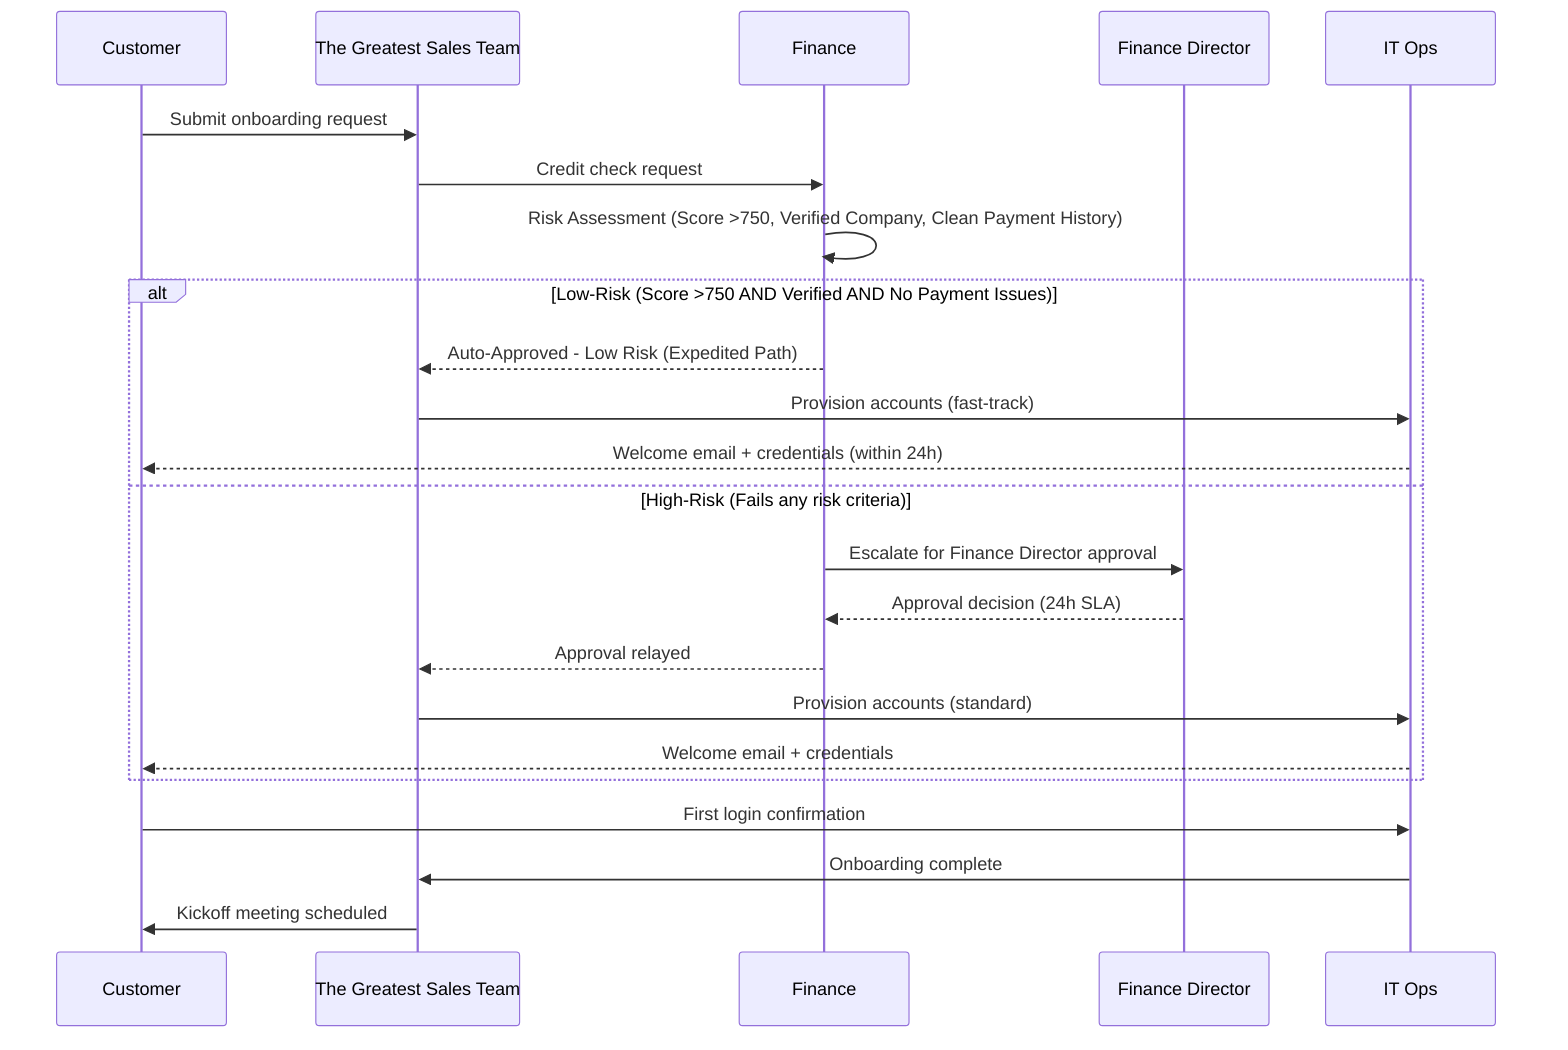
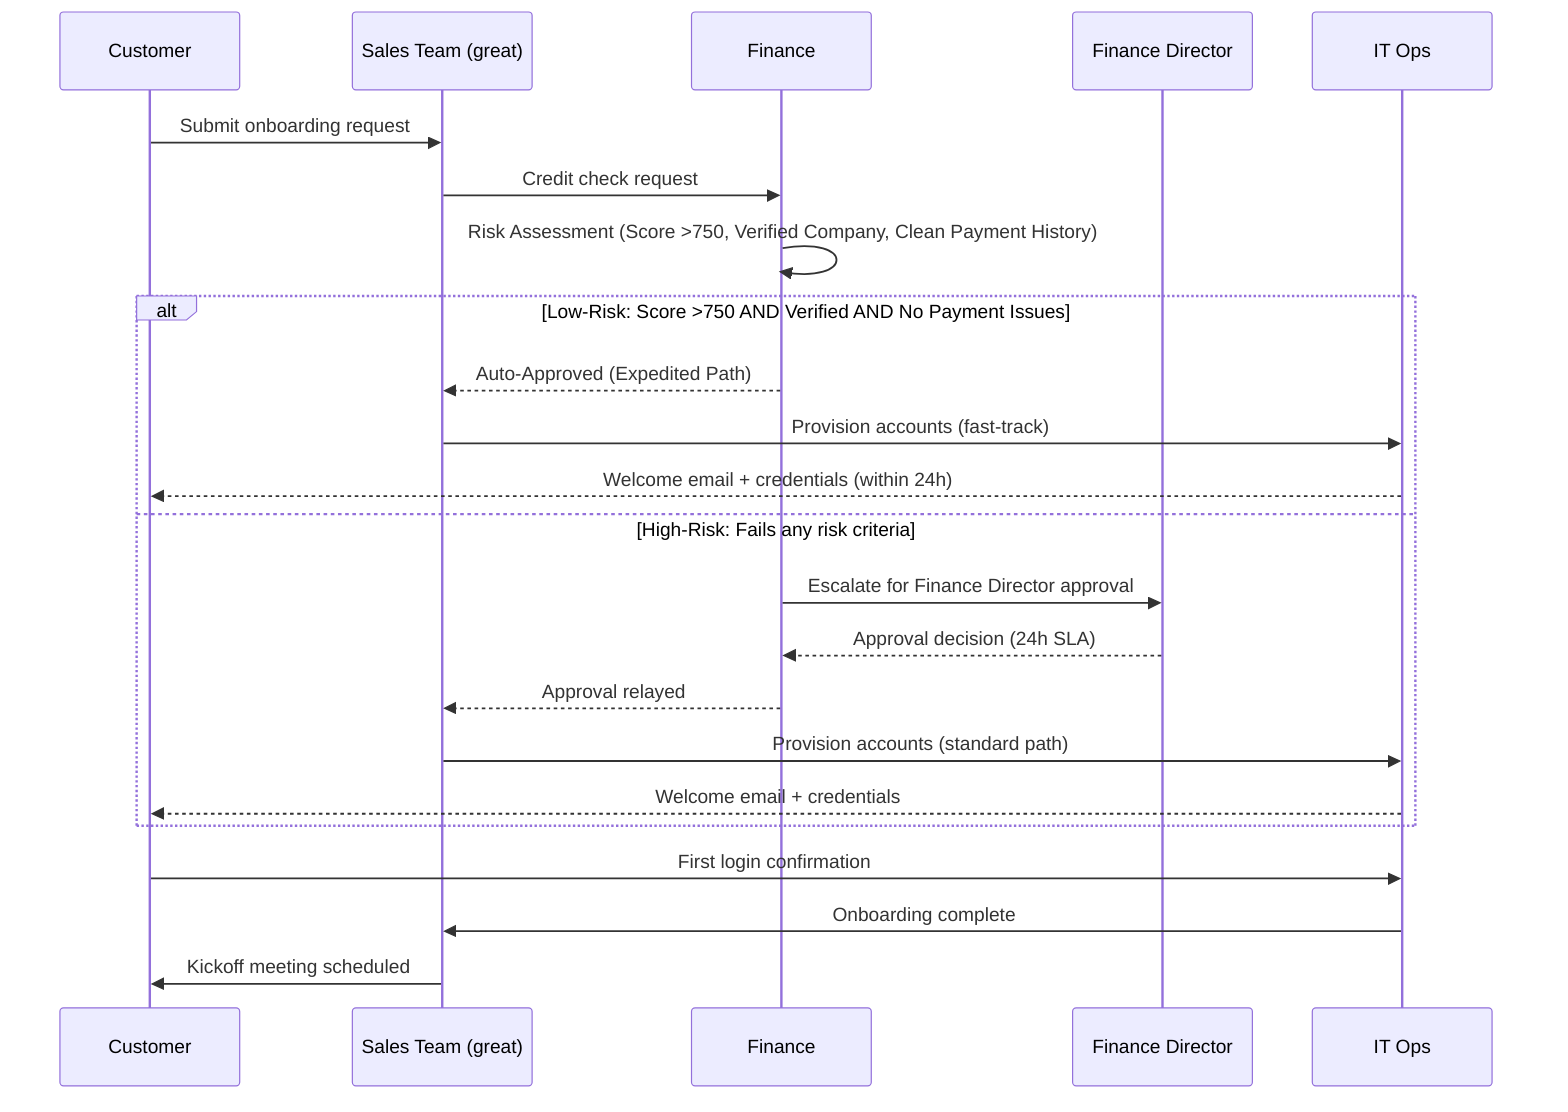
sequenceDiagram
    participant C as Customer
-     participant S as The Greatest Sales Team
+     participant S as Sales Team (great)
    participant F as Finance
    participant FD as Finance Director
    participant IT as IT Ops

    C->>S: Submit onboarding request
    S->>F: Credit check request
+     %% ⚡ CHANGED SECTION
    F->>F: Risk Assessment (Score >750, Verified Company, Clean Payment History)
- 
-     %% ⚡ CHANGED SECTION - Expedited path for low-risk customers
-     alt Low-Risk (Score >750 AND Verified AND No Payment Issues)
-         F-->>S: Auto-Approved - Low Risk (Expedited Path)
+     alt Low-Risk: Score >750 AND Verified AND No Payment Issues
+         F-->>S: Auto-Approved (Expedited Path)
        S->>IT: Provision accounts (fast-track)
        IT-->>C: Welcome email + credentials (within 24h)
-     else High-Risk (Fails any risk criteria)
+     else High-Risk: Fails any risk criteria
        F->>FD: Escalate for Finance Director approval
        FD-->>F: Approval decision (24h SLA)
        F-->>S: Approval relayed
-         S->>IT: Provision accounts (standard)
+         S->>IT: Provision accounts (standard path)
        IT-->>C: Welcome email + credentials
    end
-     %% ⚡ END CHANGED SECTION
- 
+     %% END CHANGED SECTION
    C->>IT: First login confirmation
    IT->>S: Onboarding complete
    S->>C: Kickoff meeting scheduled

%% EXPLANATION:
- %% Added a Finance Director participant and a risk assessment step after the credit check. Introduced an alt/else block: low-risk customers (credit score >750, verified company status, clean payment history) are auto-approved and fast-tracked directly to account provisioning, while high-risk customers are escalated to the Finance Director for manual approval before proceeding through the standard workflow.+ %% Added a Finance Director participant and a risk assessment step after the credit check. Introduced an alt/else block: low-risk customers (score >750, verified company status, clean payment history) are auto-approved and fast-tracked directly to account provisioning, while high-risk customers are escalated to the Finance Director for manual approval before proceeding through the standard provisioning path.